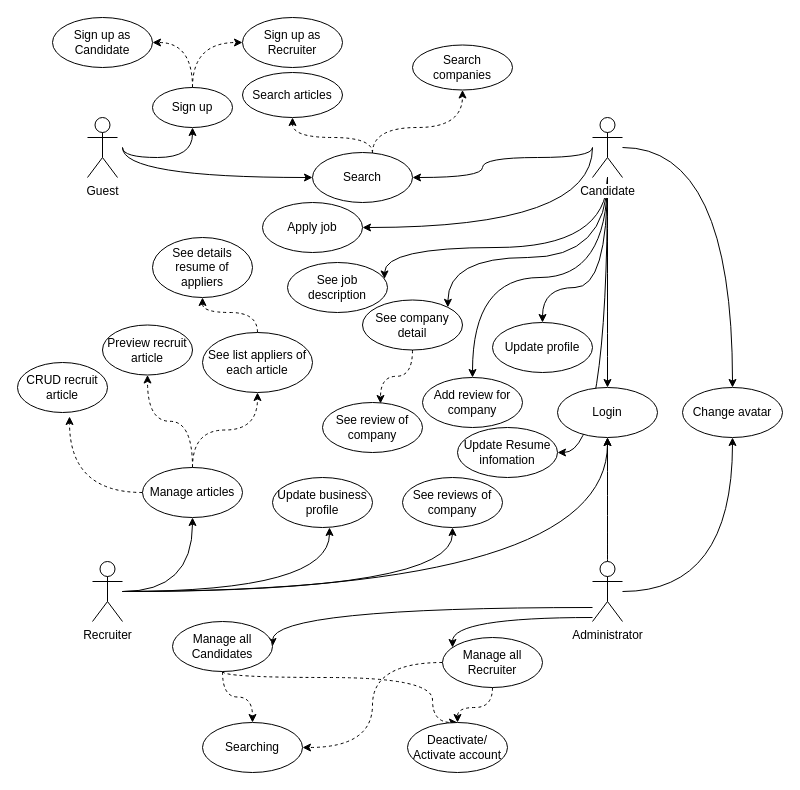
The draw.io diagram page "Use case diagram" (1 of 7) of Use case Diagram.drawio in vietdqhcmute/DATN, before the edit. Source tidied: cells renumbered, new cells numbered last; positions are measured from the earlier drawing's top-left corner, leaving out a move shared by most shapes. Both pictures are drawn from the tidied source at 100%, with x=0, y=0 at pixel (17, 17).
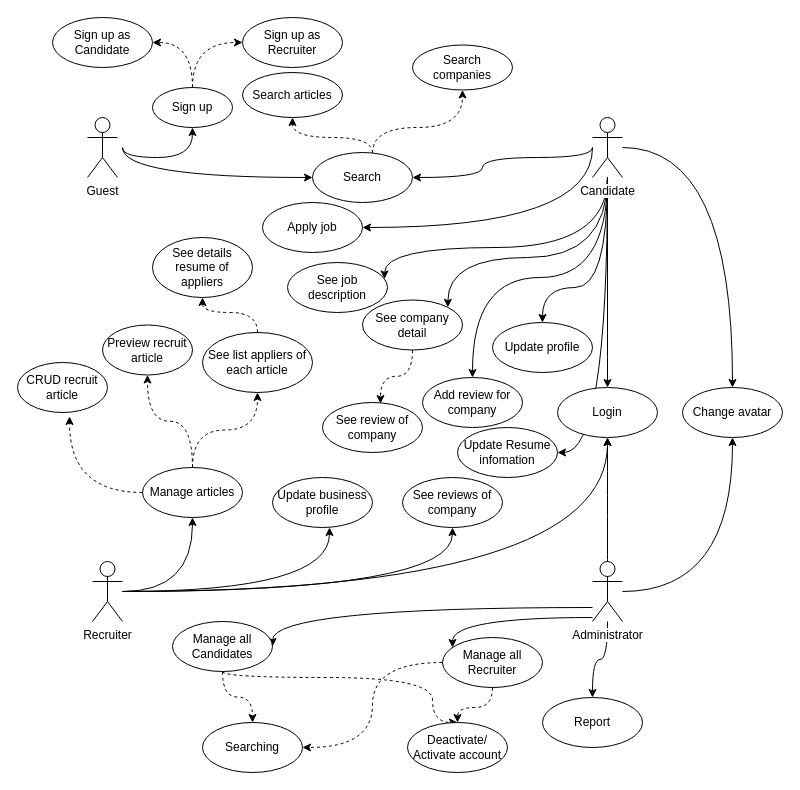
The same diagram, later.

The change refers to these unchanged cells:
```xml
<mxCell id="19" value="Administrator" style="shape=umlActor;verticalLabelPosition=bottom;labelBackgroundColor=#ffffff;verticalAlign=top;html=1;outlineConnect=0;" parent="1" vertex="1">
  <mxGeometry x="575" y="544" width="30" height="60" as="geometry" />
</mxCell>
```

Diff of the diagram source:
```diff
@@
+    <mxCell id="64" style="edgeStyle=orthogonalEdgeStyle;rounded=0;jettySize=auto;html=1;entryX=0.5;entryY=0;entryDx=0;entryDy=0;curved=1;" parent="1" edge="1" source="19" target="65">
+      <mxGeometry relative="1" as="geometry" />
+    </mxCell>
@@
+    <mxCell id="65" value="Report" style="ellipse;whiteSpace=wrap;html=1;" parent="1" vertex="1">
+      <mxGeometry x="525" y="680" width="100" height="50" as="geometry" />
+    </mxCell>
```
